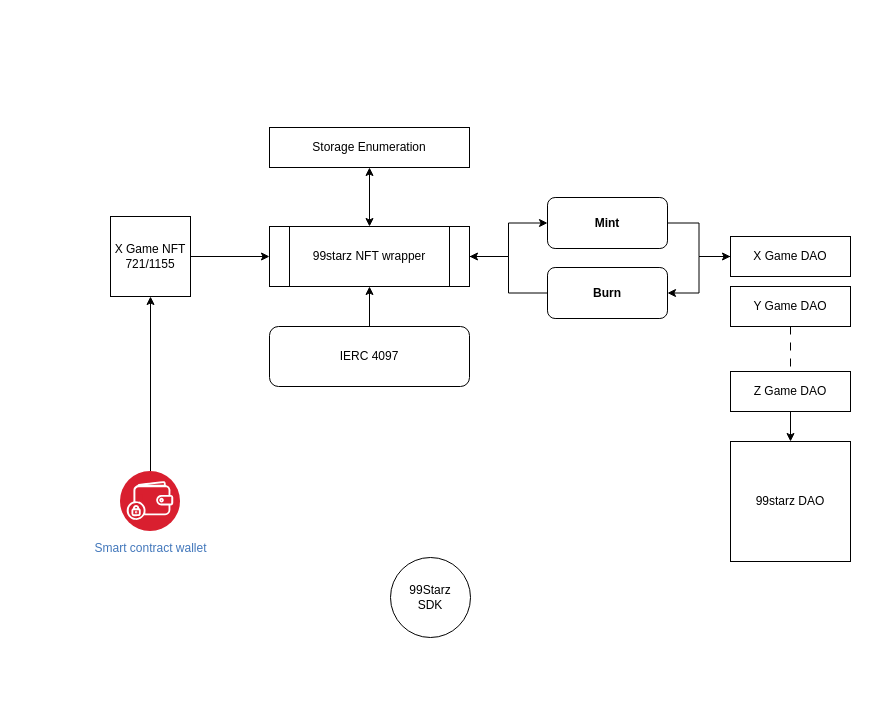
Above: 99starz4097.drawio in ali-05-ahmed/Concept-Diagrams (draw.io), before the change. Source tidied: cells renumbered, new cells numbered last; positions are measured from the earlier drawing's top-left corner, leaving out a move shared by most shapes. Both pictures are drawn from the tidied source at 100%, with x=0, y=0 at pixel (110, 127).
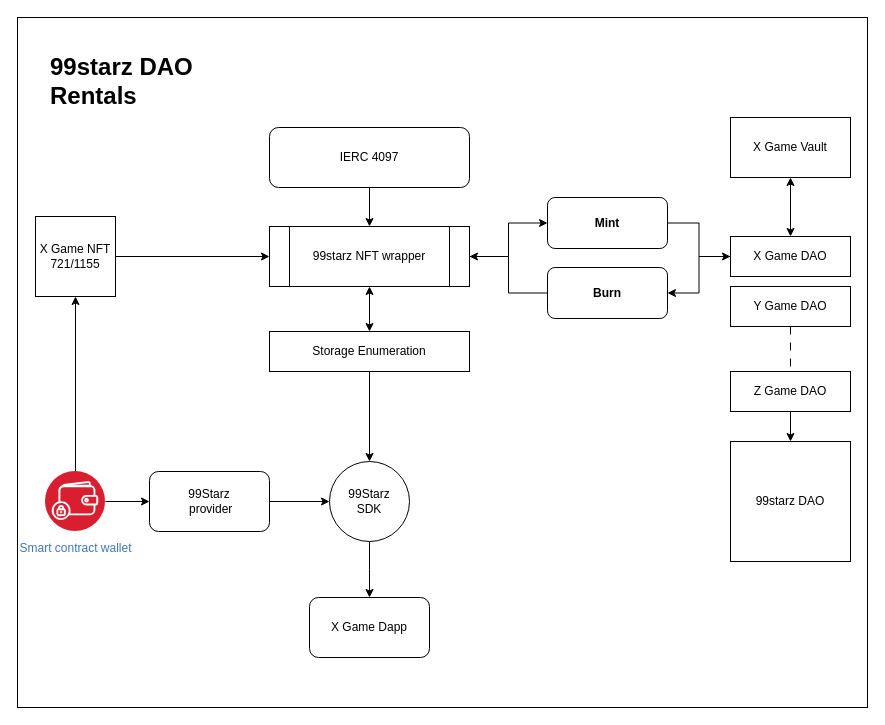
After the change.

Unchanged cells that the change refers to:
```xml
<mxCell id="13" value="X Game DAO" style="rounded=0;whiteSpace=wrap;html=1;" parent="1" vertex="1">
  <mxGeometry x="620" y="109" width="120" height="40" as="geometry" />
</mxCell>
```

Diff of the diagram source:
```diff
@@
+    <mxCell id="24" style="rounded=0;whiteSpace=wrap;html=1;" parent="1" vertex="1">
+      <mxGeometry x="-93" y="-110" width="850" height="690" as="geometry" />
+    </mxCell>
+    <mxCell id="25" style="edgeStyle=orthogonalEdgeStyle;rounded=0;jettySize=auto;html=1;" parent="1" edge="1" source="2">
+      <mxGeometry relative="1" as="geometry">
+        <mxPoint x="259" y="470" as="targetPoint" />
+      </mxGeometry>
+    </mxCell>
     <mxCell id="2" value="99Starz &lt;br&gt;SDK" style="ellipse;whiteSpace=wrap;html=1;" parent="1" vertex="1">
-      <mxGeometry x="280" y="430" width="80" height="80" as="geometry" />
+      <mxGeometry x="219" y="334" width="80" height="80" as="geometry" />
     </mxCell>
@@
     <mxCell id="4" value="X Game NFT&lt;br&gt;721/1155" style="whiteSpace=wrap;html=1;" parent="1" vertex="1">
-      <mxGeometry y="89" width="80" height="80" as="geometry" />
+      <mxGeometry x="-75" y="89" width="80" height="80" as="geometry" />
     </mxCell>
@@
+    <mxCell id="26" style="edgeStyle=orthogonalEdgeStyle;rounded=0;jettySize=auto;html=1;" parent="1" edge="1" source="6" target="32">
+      <mxGeometry relative="1" as="geometry" />
+    </mxCell>
     <mxCell id="6" value="Smart contract wallet" style="image;perimeter=ellipsePerimeter;html=1;align=center;shadow=0;dashed=0;fontColor=#4277BB;labelBackgroundColor=default;fontSize=12;spacingTop=3;image=img/lib/ibm/blockchain/wallet.svg;" parent="1" vertex="1">
-      <mxGeometry x="10" y="344" width="60" height="60" as="geometry" />
+      <mxGeometry x="-65" y="344" width="60" height="60" as="geometry" />
     </mxCell>
@@
+    <mxCell id="27" style="edgeStyle=orthogonalEdgeStyle;rounded=0;jettySize=auto;html=1;startArrow=classic;startFill=1;" parent="1" edge="1" source="13" target="29">
+      <mxGeometry relative="1" as="geometry" />
+    </mxCell>
@@
+    <mxCell id="28" style="edgeStyle=orthogonalEdgeStyle;rounded=0;jettySize=auto;html=1;" parent="1" edge="1" source="18" target="2">
+      <mxGeometry relative="1" as="geometry" />
+    </mxCell>
     <mxCell id="18" value="Storage Enumeration" style="rounded=0;whiteSpace=wrap;html=1;" parent="1" vertex="1">
-      <mxGeometry x="159" width="200" height="40" as="geometry" />
+      <mxGeometry x="159" y="204" width="200" height="40" as="geometry" />
     </mxCell>
@@
     <mxCell id="20" value="IERC 4097" style="rounded=1;whiteSpace=wrap;html=1;" parent="1" vertex="1">
-      <mxGeometry x="159" y="199" width="200" height="60" as="geometry" />
+      <mxGeometry x="159" width="200" height="60" as="geometry" />
     </mxCell>
@@
+    <mxCell id="29" value="X Game Vault" style="rounded=0;whiteSpace=wrap;html=1;" parent="1" vertex="1">
+      <mxGeometry x="620" y="-10" width="120" height="60" as="geometry" />
+    </mxCell>
+    <mxCell id="30" value="X Game Dapp" style="rounded=1;whiteSpace=wrap;html=1;" parent="1" vertex="1">
+      <mxGeometry x="199" y="470" width="120" height="60" as="geometry" />
+    </mxCell>
+    <mxCell id="31" style="edgeStyle=orthogonalEdgeStyle;rounded=0;jettySize=auto;html=1;" parent="1" edge="1" source="32" target="2">
+      <mxGeometry relative="1" as="geometry" />
+    </mxCell>
+    <mxCell id="32" value="99Starz&lt;br&gt;&amp;nbsp;provider" style="rounded=1;whiteSpace=wrap;html=1;" parent="1" vertex="1">
+      <mxGeometry x="39" y="344" width="120" height="60" as="geometry" />
+    </mxCell>
+    <mxCell id="33" value="&lt;h1&gt;99starz DAO Rentals&lt;/h1&gt;" style="text;html=1;spacing=5;spacingTop=-20;whiteSpace=wrap;overflow=hidden;rounded=0;" parent="1" vertex="1">
+      <mxGeometry x="-65" y="-80" width="190" height="120" as="geometry" />
+    </mxCell>
```
